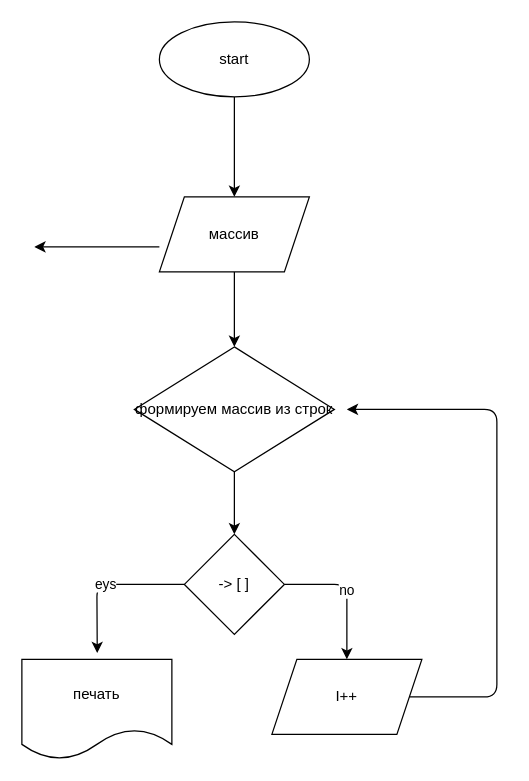
Above: ex01.drawio in vovakumov1971/gfrtn- (draw.io), before the change. Source tidied: cells renumbered, new cells numbered last; positions are measured from the earlier drawing's top-left corner, leaving out a move shared by most shapes. Both pictures are drawn from the tidied source at 125%, with x=0, y=0 at pixel (21, 21).
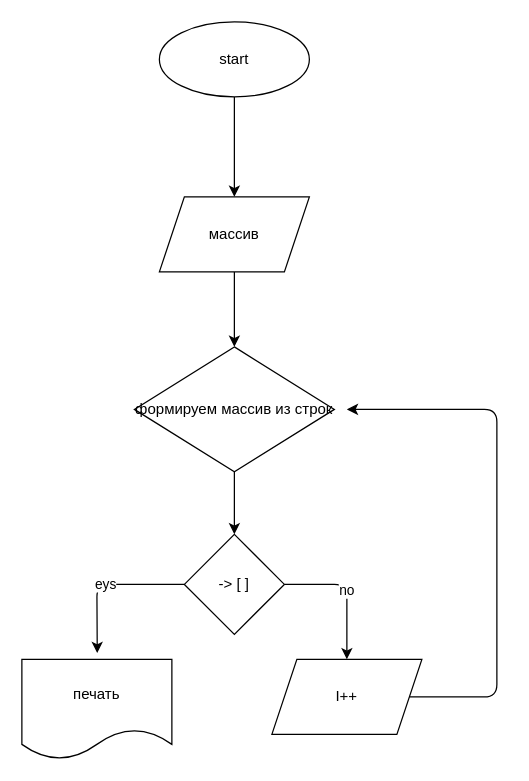
Above is the later version.

What changed in the source:
```diff
@@
-    <mxCell id="4" style="edgeStyle=none;html=1;" parent="1" edge="1">
-      <mxGeometry relative="1" as="geometry">
-        <mxPoint x="110" y="180" as="sourcePoint" />
-        <mxPoint x="10" y="180" as="targetPoint" />
-      </mxGeometry>
-    </mxCell>
```
